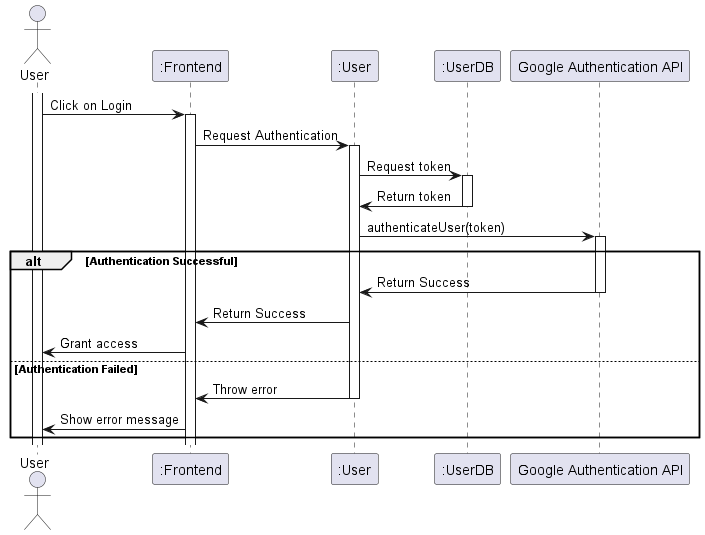
xuantungbrian/Tomato keeps this PlantUML diagram as documentation/images/authenticate_user.png. Above is the earlier version.
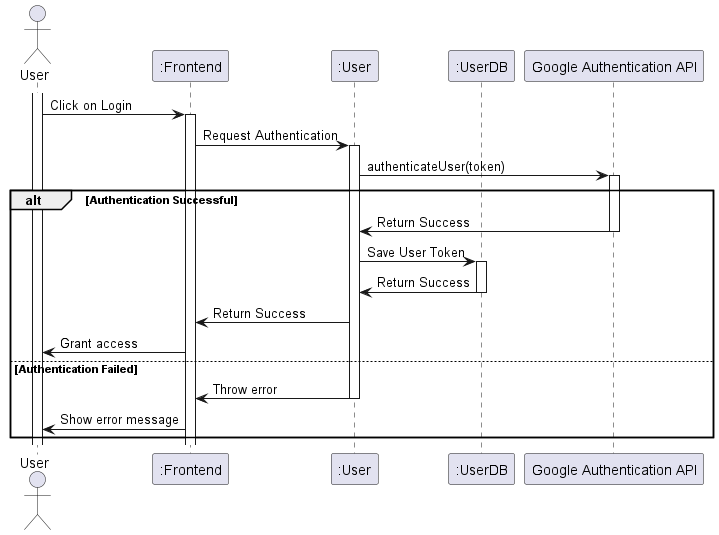
The same diagram one commit later.

Commit message:
Modify UserDB interaction in authenticate sequence diagram

The edit, as a diff of the source:
```diff
@@ -11,15 +11,15 @@
 activate App
 App->UserClass: Request Authentication
 activate UserClass
-UserClass -> UserDB: Request token
-activate UserDB
-UserDB -> UserClass: Return token
-deactivate UserDB
 UserClass -> Google: authenticateUser(token)
 activate Google
 alt Authentication Successful
     Google -> UserClass: Return Success
     deactivate Google
+    UserClass -> UserDB: Save User Token
+    activate UserDB
+    UserDB -> UserClass: Return Success
+    deactivate UserDB
     UserClass -> App: Return Success
     App -> User: Grant access
 else Authentication Failed
```
